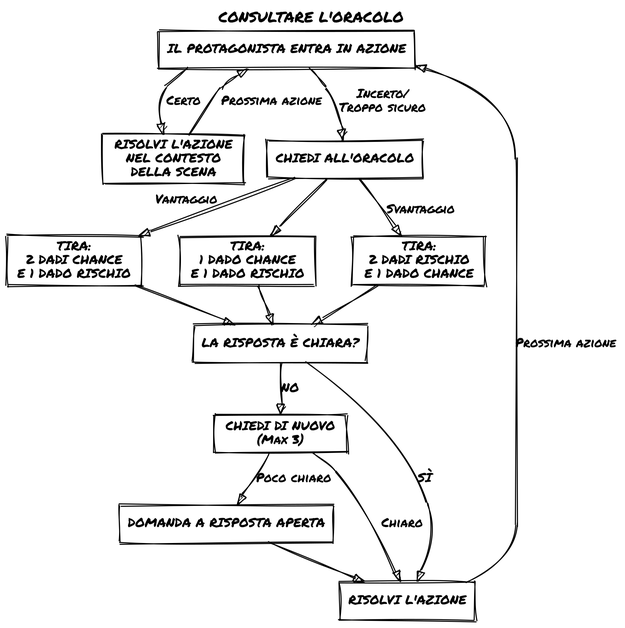
Before: it/diagrammi/consultare_oracolo.png, a diagram exported from Graphviz (zeruhur/loner). Its source is kept beside it as it/diagrammi/consultare_oracolo.dot.
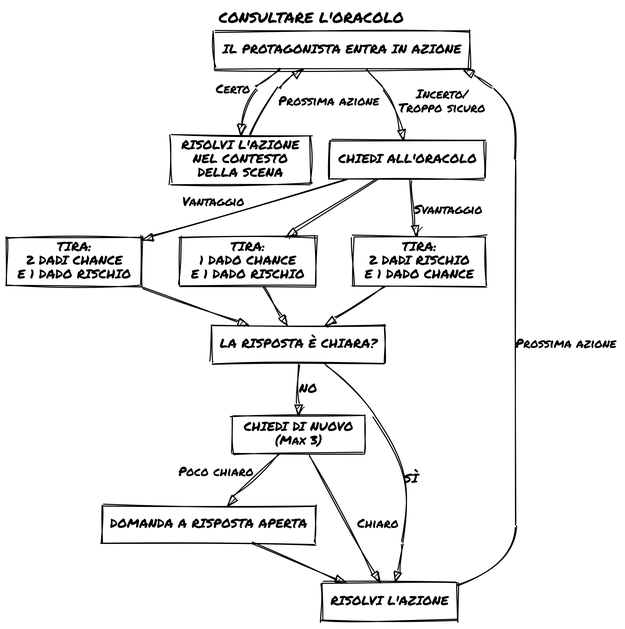
Later version of the same file.

The edit, as a diff of the source:
```diff
@@ -17,7 +17,7 @@
     id9[label = "CHIEDI DI NUOVO \n (Max 3)"];
     id10[label = "DOMANDA A RISPOSTA APERTA"];
 
-    id1 -> id2 [label = "Certo"] ;
+    id1 -> id2 [xlabel = "Certo"] ;
     id2 -> id1 [label = "Prossima azione"];
     id1 -> id3 [label = "Incerto/\n Troppo sicuro"];
     id3 -> id4 [xlabel = "Vantaggio"];
@@ -28,7 +28,7 @@
     id7 -> id8 [label = "SÌ"] ;
     id7 -> id9 [label = "NO"];
     id9 -> id8 [label = "Chiaro"];
-    id9 -> id10 [label = "Poco chiaro"];
+    id9 -> id10 [xlabel = "Poco chiaro"];
     id10 -> id8;
     id8 -> id1 [label="Prossima azione"];
 }
```
